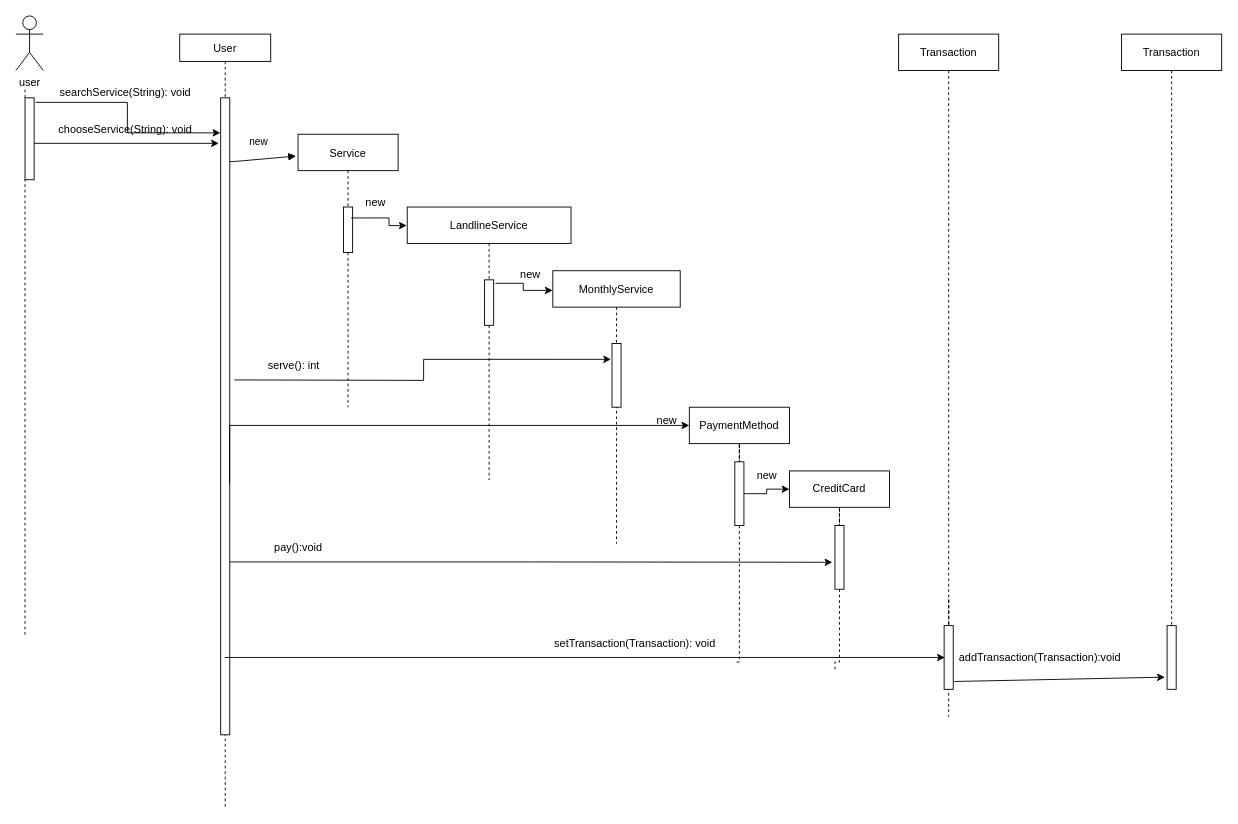
Above: serveLandLineSequence.drawio in TheGhost025/Fawry-System (draw.io), before the change. Source tidied: cells renumbered, new cells numbered last; positions are measured from the earlier drawing's top-left corner, leaving out a move shared by most shapes. Both pictures are drawn from the tidied source at 91%, with x=0, y=0 at pixel (15, 15).
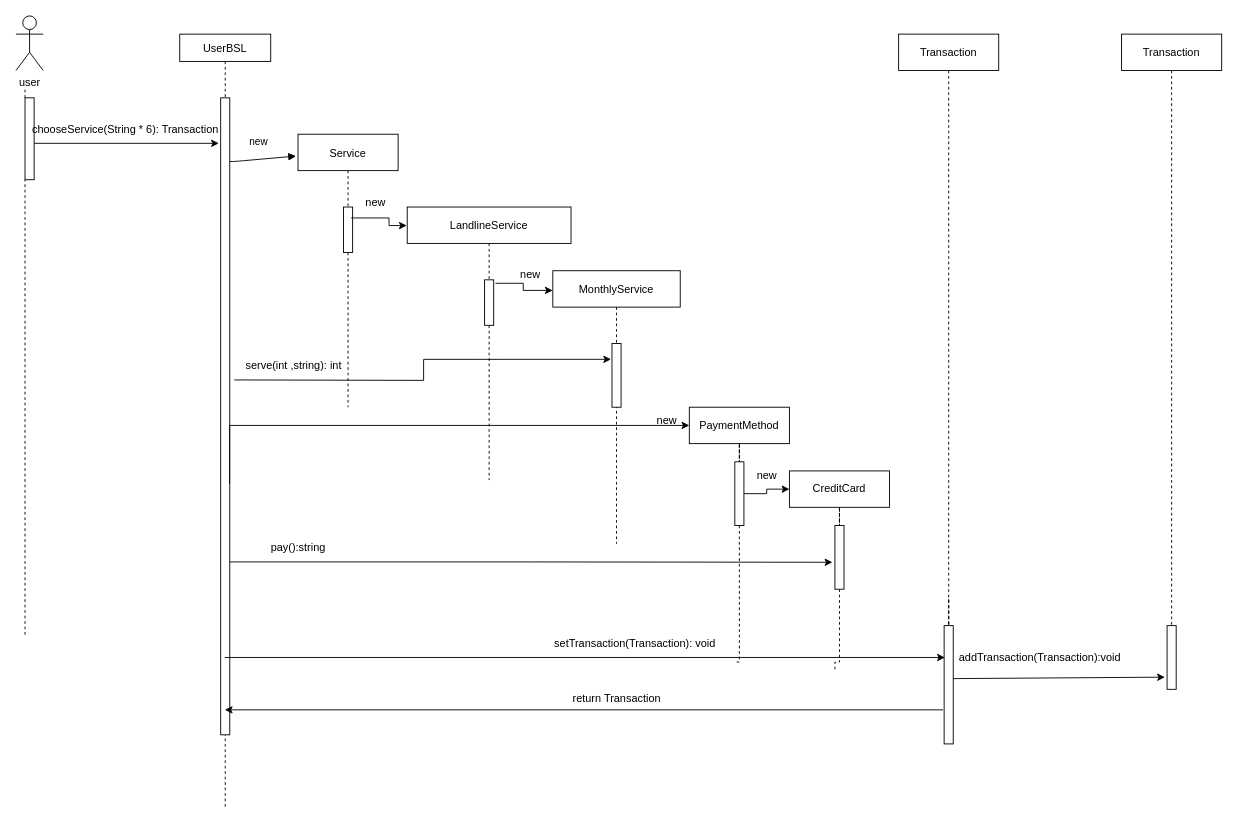
The same diagram, later.

Unchanged cells that the change refers to:
```xml
<mxCell id="3" style="points=[];perimeter=orthogonalPerimeter;rounded=0;shadow=0;strokeWidth=1;" parent="2" vertex="1">
  <mxGeometry x="45" y="70" width="10" height="700" as="geometry" />
</mxCell>
<mxCell id="21" style="points=[];perimeter=orthogonalPerimeter;rounded=0;shadow=0;strokeWidth=1;" parent="1" vertex="1">
  <mxGeometry x="10" y="90" width="10" height="90" as="geometry" />
</mxCell>
<mxCell id="44" style="points=[];perimeter=orthogonalPerimeter;rounded=0;shadow=0;strokeWidth=1;" parent="1" vertex="1">
  <mxGeometry x="1265" y="670" width="10" height="70" as="geometry" />
</mxCell>
```

Change to the diagram source:
```diff
@@
-    <mxCell id="2" value="User" style="shape=umlLifeline;perimeter=lifelinePerimeter;rounded=0;shadow=0;strokeWidth=1;size=30;" parent="1" vertex="1">
+    <mxCell id="2" value="UserBSL" style="shape=umlLifeline;perimeter=lifelinePerimeter;rounded=0;shadow=0;strokeWidth=1;size=30;" parent="1" vertex="1">
       <mxGeometry x="180" y="20" width="100" height="850" as="geometry" />
     </mxCell>
@@
-    <mxCell id="16" value="searchService(String): void" style="text;html=1;align=center;verticalAlign=middle;strokeColor=none;fillColor=none;" parent="1" vertex="1">
-      <mxGeometry x="40" y="75" width="160" height="20" as="geometry" />
-    </mxCell>
@@
-    <mxCell id="19" style="edgeStyle=orthogonalEdgeStyle;rounded=0;jettySize=auto;html=1;entryX=-0.031;entryY=0.055;entryDx=0;entryDy=0;entryPerimeter=0;exitX=1.166;exitY=0.055;exitDx=0;exitDy=0;exitPerimeter=0;" parent="1" edge="1" source="21" target="3">
-      <mxGeometry relative="1" as="geometry" />
-    </mxCell>
@@
-    <mxCell id="24" value="chooseService(String): void" style="text;html=1;align=center;verticalAlign=middle;strokeColor=none;fillColor=none;" parent="1" vertex="1">
-      <mxGeometry x="40" y="115" width="160" height="20" as="geometry" />
+    <mxCell id="24" value="chooseService(String * 6): Transaction" style="text;html=1;align=center;verticalAlign=middle;strokeColor=none;fillColor=none;" parent="1" vertex="1">
+      <mxGeometry x="5" y="110" width="230" height="30" as="geometry" />
     </mxCell>
-    <mxCell id="25" value="serve(): int" style="text;html=1;align=center;verticalAlign=middle;strokeColor=none;fillColor=none;" parent="1" vertex="1">
-      <mxGeometry x="270" y="375" width="70" height="20" as="geometry" />
+    <mxCell id="25" value="serve(int ,string): int" style="text;html=1;align=center;verticalAlign=middle;strokeColor=none;fillColor=none;" parent="1" vertex="1">
+      <mxGeometry x="240" y="370" width="130" height="30" as="geometry" />
     </mxCell>
@@
-    <mxCell id="33" value="pay():void" style="text;html=1;align=center;verticalAlign=middle;strokeColor=none;fillColor=none;" parent="1" vertex="1">
+    <mxCell id="33" value="pay():string" style="text;html=1;align=center;verticalAlign=middle;strokeColor=none;fillColor=none;" parent="1" vertex="1">
       <mxGeometry x="270" y="570" width="80" height="30" as="geometry" />
     </mxCell>
@@
     <mxCell id="41" style="points=[];perimeter=orthogonalPerimeter;rounded=0;shadow=0;strokeWidth=1;" parent="1" vertex="1">
-      <mxGeometry x="1020" y="670" width="10" height="70" as="geometry" />
+      <mxGeometry x="1020" y="670" width="10" height="130" as="geometry" />
     </mxCell>
@@
-    <mxCell id="46" style="endArrow=classic;html=1;entryX=-0.24;entryY=0.809;entryDx=0;entryDy=0;entryPerimeter=0;exitX=1.12;exitY=0.877;exitDx=0;exitDy=0;exitPerimeter=0;" parent="1" edge="1" source="41" target="44">
+    <mxCell id="46" style="endArrow=classic;html=1;entryX=-0.24;entryY=0.809;entryDx=0;entryDy=0;entryPerimeter=0;exitX=1;exitY=0.448;exitDx=0;exitDy=0;exitPerimeter=0;" parent="1" edge="1" source="41" target="44">
       <mxGeometry relative="1" as="geometry" />
     </mxCell>
@@
+    <mxCell id="50" style="endArrow=classic;html=1;rounded=0;exitX=-0.12;exitY=0.712;exitDx=0;exitDy=0;exitPerimeter=0;" parent="1" edge="1" source="41" target="2">
+      <mxGeometry relative="1" as="geometry" />
+    </mxCell>
+    <mxCell id="51" value="return Transaction" style="text;html=1;align=center;verticalAlign=middle;strokeColor=none;fillColor=none;" parent="1" vertex="1">
+      <mxGeometry x="600" y="735" width="120" height="30" as="geometry" />
+    </mxCell>
```
